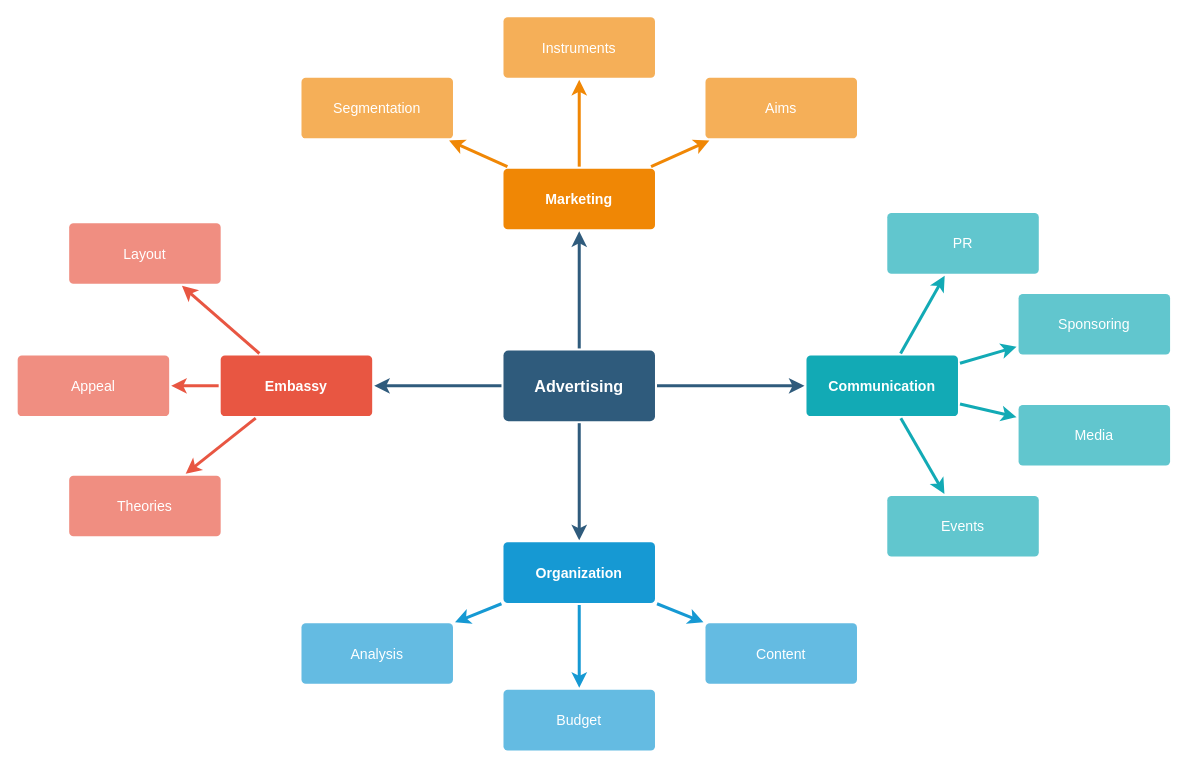
Before: Untitled Diagram.drawio in VojtechFlidr/diagram, a draw.io diagram. Source tidied: cells renumbered, new cells numbered last; positions are measured from the earlier drawing's top-left corner, leaving out a move shared by most shapes. Both pictures are drawn from the tidied source at 101%, with x=0, y=0 at pixel (17, 16).
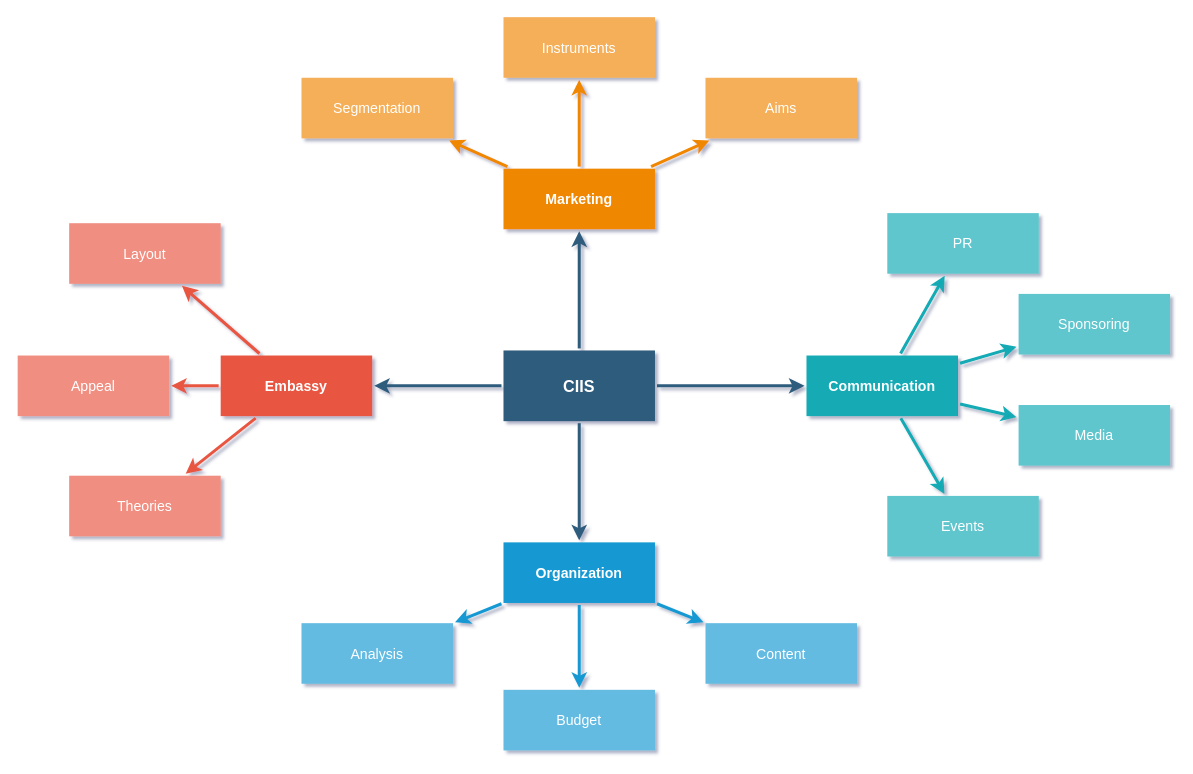
After the change.

What changed in the source:
```diff
@@
-<mxGraphModel>
+<mxGraphModel shadow="1">
@@
-    <mxCell id="6" value="Advertising" style="rounded=1;whiteSpace=wrap;html=1;shadow=0;labelBackgroundColor=none;strokeColor=none;strokeWidth=3;fillColor=#2F5B7C;fontFamily=Helvetica;fontSize=16;fontColor=#FFFFFF;align=center;fontStyle=1;spacing=5;arcSize=7;perimeterSpacing=2;" parent="1" vertex="1">
+    <mxCell id="6" value="CIIS" style="rounded=0;whiteSpace=wrap;html=1;shadow=0;labelBackgroundColor=none;strokeColor=none;strokeWidth=3;fillColor=#2F5B7C;fontFamily=Helvetica;fontSize=16;fontColor=#FFFFFF;align=center;fontStyle=1;spacing=5;arcSize=7;perimeterSpacing=2;" parent="1" vertex="1">
       <mxGeometry x="481" y="330.5" width="150" height="70" as="geometry" />
     </mxCell>
-    <mxCell id="7" style="edgeStyle=none;rounded=1;jumpStyle=none;html=1;shadow=0;labelBackgroundColor=none;startArrow=none;startFill=0;jettySize=auto;strokeColor=#E85642;strokeWidth=3;fontFamily=Helvetica;fontSize=14;fontColor=#FFFFFF;spacing=5;fontStyle=1;fillColor=#b0e3e6;" parent="1" edge="1" source="10" target="13">
+    <mxCell id="7" style="edgeStyle=none;rounded=0;jumpStyle=none;html=1;shadow=0;labelBackgroundColor=none;startArrow=none;startFill=0;jettySize=auto;strokeColor=#E85642;strokeWidth=3;fontFamily=Helvetica;fontSize=14;fontColor=#FFFFFF;spacing=5;fontStyle=1;fillColor=#b0e3e6;" parent="1" edge="1" source="10" target="13">
       <mxGeometry relative="1" as="geometry" />
     </mxCell>
-    <mxCell id="8" style="edgeStyle=none;rounded=1;jumpStyle=none;html=1;shadow=0;labelBackgroundColor=none;startArrow=none;startFill=0;jettySize=auto;strokeColor=#E85642;strokeWidth=3;fontFamily=Helvetica;fontSize=14;fontColor=#FFFFFF;spacing=5;fontStyle=1;fillColor=#b0e3e6;" parent="1" edge="1" source="10" target="12">
+    <mxCell id="8" style="edgeStyle=none;rounded=0;jumpStyle=none;html=1;shadow=0;labelBackgroundColor=none;startArrow=none;startFill=0;jettySize=auto;strokeColor=#E85642;strokeWidth=3;fontFamily=Helvetica;fontSize=14;fontColor=#FFFFFF;spacing=5;fontStyle=1;fillColor=#b0e3e6;" parent="1" edge="1" source="10" target="12">
       <mxGeometry relative="1" as="geometry" />
     </mxCell>
-    <mxCell id="9" style="edgeStyle=none;rounded=1;jumpStyle=none;html=1;shadow=0;labelBackgroundColor=none;startArrow=none;startFill=0;jettySize=auto;strokeColor=#E85642;strokeWidth=3;fontFamily=Helvetica;fontSize=14;fontColor=#FFFFFF;spacing=5;fontStyle=1;fillColor=#b0e3e6;" parent="1" edge="1" source="10" target="11">
+    <mxCell id="9" style="edgeStyle=none;rounded=0;jumpStyle=none;html=1;shadow=0;labelBackgroundColor=none;startArrow=none;startFill=0;jettySize=auto;strokeColor=#E85642;strokeWidth=3;fontFamily=Helvetica;fontSize=14;fontColor=#FFFFFF;spacing=5;fontStyle=1;fillColor=#b0e3e6;" parent="1" edge="1" source="10" target="11">
       <mxGeometry relative="1" as="geometry" />
     </mxCell>
-    <mxCell id="10" value="Embassy" style="rounded=1;whiteSpace=wrap;html=1;shadow=0;labelBackgroundColor=none;strokeColor=none;strokeWidth=3;fillColor=#e85642;fontFamily=Helvetica;fontSize=14;fontColor=#FFFFFF;align=center;spacing=5;fontStyle=1;arcSize=7;perimeterSpacing=2;" parent="1" vertex="1">
+    <mxCell id="10" value="Embassy" style="rounded=0;whiteSpace=wrap;html=1;shadow=0;labelBackgroundColor=none;strokeColor=none;strokeWidth=3;fillColor=#e85642;fontFamily=Helvetica;fontSize=14;fontColor=#FFFFFF;align=center;spacing=5;fontStyle=1;arcSize=7;perimeterSpacing=2;" parent="1" vertex="1">
       <mxGeometry x="201" y="335.5" width="150" height="60" as="geometry" />
     </mxCell>
-    <mxCell id="11" value="Theories" style="rounded=1;whiteSpace=wrap;html=1;shadow=0;labelBackgroundColor=none;strokeColor=none;strokeWidth=3;fillColor=#f08e81;fontFamily=Helvetica;fontSize=14;fontColor=#FFFFFF;align=center;spacing=5;fontStyle=0;arcSize=7;perimeterSpacing=2;" parent="1" vertex="1">
+    <mxCell id="11" value="Theories" style="rounded=0;whiteSpace=wrap;html=1;shadow=0;labelBackgroundColor=none;strokeColor=none;strokeWidth=3;fillColor=#f08e81;fontFamily=Helvetica;fontSize=14;fontColor=#FFFFFF;align=center;spacing=5;fontStyle=0;arcSize=7;perimeterSpacing=2;" parent="1" vertex="1">
       <mxGeometry x="51" y="454.5" width="150" height="60" as="geometry" />
     </mxCell>
-    <mxCell id="12" value="Appeal" style="rounded=1;whiteSpace=wrap;html=1;shadow=0;labelBackgroundColor=none;strokeColor=none;strokeWidth=3;fillColor=#f08e81;fontFamily=Helvetica;fontSize=14;fontColor=#FFFFFF;align=center;spacing=5;fontStyle=0;arcSize=7;perimeterSpacing=2;" parent="1" vertex="1">
+    <mxCell id="12" value="Appeal" style="rounded=0;whiteSpace=wrap;html=1;shadow=0;labelBackgroundColor=none;strokeColor=none;strokeWidth=3;fillColor=#f08e81;fontFamily=Helvetica;fontSize=14;fontColor=#FFFFFF;align=center;spacing=5;fontStyle=0;arcSize=7;perimeterSpacing=2;" parent="1" vertex="1">
       <mxGeometry y="335.5" width="150" height="60" as="geometry" />
     </mxCell>
-    <mxCell id="13" value="Layout" style="rounded=1;whiteSpace=wrap;html=1;shadow=0;labelBackgroundColor=none;strokeColor=none;strokeWidth=3;fillColor=#f08e81;fontFamily=Helvetica;fontSize=14;fontColor=#FFFFFF;align=center;spacing=5;fontStyle=0;arcSize=7;perimeterSpacing=2;" parent="1" vertex="1">
+    <mxCell id="13" value="Layout" style="rounded=0;whiteSpace=wrap;html=1;shadow=0;labelBackgroundColor=none;strokeColor=none;strokeWidth=3;fillColor=#f08e81;fontFamily=Helvetica;fontSize=14;fontColor=#FFFFFF;align=center;spacing=5;fontStyle=0;arcSize=7;perimeterSpacing=2;" parent="1" vertex="1">
       <mxGeometry x="51" y="204.5" width="150" height="60" as="geometry" />
     </mxCell>
@@
-    <mxCell id="17" value="Organization" style="rounded=1;whiteSpace=wrap;html=1;shadow=0;labelBackgroundColor=none;strokeColor=none;strokeWidth=3;fillColor=#1699d3;fontFamily=Helvetica;fontSize=14;fontColor=#FFFFFF;align=center;spacing=5;fontStyle=1;arcSize=7;perimeterSpacing=2;" parent="1" vertex="1">
+    <mxCell id="17" value="Organization" style="rounded=0;whiteSpace=wrap;html=1;shadow=0;labelBackgroundColor=none;strokeColor=none;strokeWidth=3;fillColor=#1699d3;fontFamily=Helvetica;fontSize=14;fontColor=#FFFFFF;align=center;spacing=5;fontStyle=1;arcSize=7;perimeterSpacing=2;" parent="1" vertex="1">
       <mxGeometry x="481" y="520.5" width="150" height="60" as="geometry" />
     </mxCell>
-    <mxCell id="18" value="Content" style="rounded=1;whiteSpace=wrap;html=1;shadow=0;labelBackgroundColor=none;strokeColor=none;strokeWidth=3;fillColor=#64bbe2;fontFamily=Helvetica;fontSize=14;fontColor=#FFFFFF;align=center;spacing=5;arcSize=7;perimeterSpacing=2;" parent="1" vertex="1">
+    <mxCell id="18" value="Content" style="rounded=0;whiteSpace=wrap;html=1;shadow=0;labelBackgroundColor=none;strokeColor=none;strokeWidth=3;fillColor=#64bbe2;fontFamily=Helvetica;fontSize=14;fontColor=#FFFFFF;align=center;spacing=5;arcSize=7;perimeterSpacing=2;" parent="1" vertex="1">
       <mxGeometry x="681" y="600.5" width="150" height="60" as="geometry" />
     </mxCell>
-    <mxCell id="19" value="Budget" style="rounded=1;whiteSpace=wrap;html=1;shadow=0;labelBackgroundColor=none;strokeColor=none;strokeWidth=3;fillColor=#64bbe2;fontFamily=Helvetica;fontSize=14;fontColor=#FFFFFF;align=center;spacing=5;arcSize=7;perimeterSpacing=2;" parent="1" vertex="1">
+    <mxCell id="19" value="Budget" style="rounded=0;whiteSpace=wrap;html=1;shadow=0;labelBackgroundColor=none;strokeColor=none;strokeWidth=3;fillColor=#64bbe2;fontFamily=Helvetica;fontSize=14;fontColor=#FFFFFF;align=center;spacing=5;arcSize=7;perimeterSpacing=2;" parent="1" vertex="1">
       <mxGeometry x="481" y="666.5" width="150" height="60" as="geometry" />
     </mxCell>
-    <mxCell id="20" value="Analysis" style="rounded=1;whiteSpace=wrap;html=1;shadow=0;labelBackgroundColor=none;strokeColor=none;strokeWidth=3;fillColor=#64bbe2;fontFamily=Helvetica;fontSize=14;fontColor=#FFFFFF;align=center;spacing=5;arcSize=7;perimeterSpacing=2;" parent="1" vertex="1">
+    <mxCell id="20" value="Analysis" style="rounded=0;whiteSpace=wrap;html=1;shadow=0;labelBackgroundColor=none;strokeColor=none;strokeWidth=3;fillColor=#64bbe2;fontFamily=Helvetica;fontSize=14;fontColor=#FFFFFF;align=center;spacing=5;arcSize=7;perimeterSpacing=2;" parent="1" vertex="1">
       <mxGeometry x="281" y="600.5" width="150" height="60" as="geometry" />
     </mxCell>
-    <mxCell id="21" value="Marketing" style="rounded=1;whiteSpace=wrap;html=1;shadow=0;labelBackgroundColor=none;strokeColor=none;strokeWidth=3;fillColor=#F08705;fontFamily=Helvetica;fontSize=14;fontColor=#FFFFFF;align=center;spacing=5;fontStyle=1;arcSize=7;perimeterSpacing=2;" parent="1" vertex="1">
+    <mxCell id="21" value="Marketing" style="rounded=0;whiteSpace=wrap;html=1;shadow=0;labelBackgroundColor=none;strokeColor=none;strokeWidth=3;fillColor=#F08705;fontFamily=Helvetica;fontSize=14;fontColor=#FFFFFF;align=center;spacing=5;fontStyle=1;arcSize=7;perimeterSpacing=2;" parent="1" vertex="1">
       <mxGeometry x="481" y="150.5" width="150" height="60" as="geometry" />
     </mxCell>
-    <mxCell id="22" value="Aims&lt;br&gt;" style="rounded=1;whiteSpace=wrap;html=1;shadow=0;labelBackgroundColor=none;strokeColor=none;strokeWidth=3;fillColor=#f5af58;fontFamily=Helvetica;fontSize=14;fontColor=#FFFFFF;align=center;spacing=5;arcSize=7;perimeterSpacing=2;" parent="1" vertex="1">
+    <mxCell id="22" value="Aims&lt;br&gt;" style="rounded=0;whiteSpace=wrap;html=1;shadow=0;labelBackgroundColor=none;strokeColor=none;strokeWidth=3;fillColor=#f5af58;fontFamily=Helvetica;fontSize=14;fontColor=#FFFFFF;align=center;spacing=5;arcSize=7;perimeterSpacing=2;" parent="1" vertex="1">
       <mxGeometry x="681" y="60.5" width="150" height="60" as="geometry" />
     </mxCell>
@@
-    <mxCell id="24" value="Instruments" style="rounded=1;whiteSpace=wrap;html=1;shadow=0;labelBackgroundColor=none;strokeColor=none;strokeWidth=3;fillColor=#f5af58;fontFamily=Helvetica;fontSize=14;fontColor=#FFFFFF;align=center;spacing=5;arcSize=7;perimeterSpacing=2;" parent="1" vertex="1">
+    <mxCell id="24" value="Instruments" style="rounded=0;whiteSpace=wrap;html=1;shadow=0;labelBackgroundColor=none;strokeColor=none;strokeWidth=3;fillColor=#f5af58;fontFamily=Helvetica;fontSize=14;fontColor=#FFFFFF;align=center;spacing=5;arcSize=7;perimeterSpacing=2;" parent="1" vertex="1">
       <mxGeometry x="481" y="0.5" width="150" height="60" as="geometry" />
     </mxCell>
@@
-    <mxCell id="26" value="Segmentation" style="rounded=1;whiteSpace=wrap;html=1;shadow=0;labelBackgroundColor=none;strokeColor=none;strokeWidth=3;fillColor=#f5af58;fontFamily=Helvetica;fontSize=14;fontColor=#FFFFFF;align=center;spacing=5;arcSize=7;perimeterSpacing=2;" parent="1" vertex="1">
+    <mxCell id="26" value="Segmentation" style="rounded=0;whiteSpace=wrap;html=1;shadow=0;labelBackgroundColor=none;strokeColor=none;strokeWidth=3;fillColor=#f5af58;fontFamily=Helvetica;fontSize=14;fontColor=#FFFFFF;align=center;spacing=5;arcSize=7;perimeterSpacing=2;" parent="1" vertex="1">
       <mxGeometry x="281" y="60.5" width="150" height="60" as="geometry" />
     </mxCell>
@@
-    <mxCell id="28" value="Communication" style="rounded=1;whiteSpace=wrap;html=1;shadow=0;labelBackgroundColor=none;strokeColor=none;strokeWidth=3;fillColor=#12aab5;fontFamily=Helvetica;fontSize=14;fontColor=#FFFFFF;align=center;spacing=5;fontStyle=1;arcSize=7;perimeterSpacing=2;" parent="1" vertex="1">
+    <mxCell id="28" value="Communication" style="rounded=0;whiteSpace=wrap;html=1;shadow=0;labelBackgroundColor=none;strokeColor=none;strokeWidth=3;fillColor=#12aab5;fontFamily=Helvetica;fontSize=14;fontColor=#FFFFFF;align=center;spacing=5;fontStyle=1;arcSize=7;perimeterSpacing=2;" parent="1" vertex="1">
       <mxGeometry x="781" y="335.5" width="150" height="60" as="geometry" />
     </mxCell>
-    <mxCell id="29" value="Events" style="rounded=1;whiteSpace=wrap;html=1;shadow=0;labelBackgroundColor=none;strokeColor=none;strokeWidth=3;fillColor=#61c6ce;fontFamily=Helvetica;fontSize=14;fontColor=#FFFFFF;align=center;spacing=5;fontStyle=0;arcSize=7;perimeterSpacing=2;" parent="1" vertex="1">
+    <mxCell id="29" value="Events" style="rounded=0;whiteSpace=wrap;html=1;shadow=0;labelBackgroundColor=none;strokeColor=none;strokeWidth=3;fillColor=#61c6ce;fontFamily=Helvetica;fontSize=14;fontColor=#FFFFFF;align=center;spacing=5;fontStyle=0;arcSize=7;perimeterSpacing=2;" parent="1" vertex="1">
       <mxGeometry x="861" y="474.5" width="150" height="60" as="geometry" />
     </mxCell>
-    <mxCell id="30" style="edgeStyle=none;rounded=1;jumpStyle=none;html=1;shadow=0;labelBackgroundColor=none;startArrow=none;startFill=0;jettySize=auto;strokeColor=#12AAB5;strokeWidth=3;fontFamily=Helvetica;fontSize=14;fontColor=#FFFFFF;spacing=5;fontStyle=1;fillColor=#b0e3e6;" parent="1" edge="1" source="28" target="29">
+    <mxCell id="30" style="edgeStyle=none;rounded=0;jumpStyle=none;html=1;shadow=0;labelBackgroundColor=none;startArrow=none;startFill=0;jettySize=auto;strokeColor=#12AAB5;strokeWidth=3;fontFamily=Helvetica;fontSize=14;fontColor=#FFFFFF;spacing=5;fontStyle=1;fillColor=#b0e3e6;" parent="1" edge="1" source="28" target="29">
       <mxGeometry relative="1" as="geometry" />
     </mxCell>
-    <mxCell id="31" value="Media" style="rounded=1;whiteSpace=wrap;html=1;shadow=0;labelBackgroundColor=none;strokeColor=none;strokeWidth=3;fillColor=#61c6ce;fontFamily=Helvetica;fontSize=14;fontColor=#FFFFFF;align=center;spacing=5;fontStyle=0;arcSize=7;perimeterSpacing=2;" parent="1" vertex="1">
+    <mxCell id="31" value="Media" style="rounded=0;whiteSpace=wrap;html=1;shadow=0;labelBackgroundColor=none;strokeColor=none;strokeWidth=3;fillColor=#61c6ce;fontFamily=Helvetica;fontSize=14;fontColor=#FFFFFF;align=center;spacing=5;fontStyle=0;arcSize=7;perimeterSpacing=2;" parent="1" vertex="1">
       <mxGeometry x="991" y="384.5" width="150" height="60" as="geometry" />
     </mxCell>
-    <mxCell id="32" style="edgeStyle=none;rounded=1;jumpStyle=none;html=1;shadow=0;labelBackgroundColor=none;startArrow=none;startFill=0;jettySize=auto;strokeColor=#12AAB5;strokeWidth=3;fontFamily=Helvetica;fontSize=14;fontColor=#FFFFFF;spacing=5;fontStyle=1;fillColor=#b0e3e6;" parent="1" edge="1" source="28" target="31">
+    <mxCell id="32" style="edgeStyle=none;rounded=0;jumpStyle=none;html=1;shadow=0;labelBackgroundColor=none;startArrow=none;startFill=0;jettySize=auto;strokeColor=#12AAB5;strokeWidth=3;fontFamily=Helvetica;fontSize=14;fontColor=#FFFFFF;spacing=5;fontStyle=1;fillColor=#b0e3e6;" parent="1" edge="1" source="28" target="31">
       <mxGeometry relative="1" as="geometry" />
     </mxCell>
-    <mxCell id="33" value="Sponsoring" style="rounded=1;whiteSpace=wrap;html=1;shadow=0;labelBackgroundColor=none;strokeColor=none;strokeWidth=3;fillColor=#61c6ce;fontFamily=Helvetica;fontSize=14;fontColor=#FFFFFF;align=center;spacing=5;fontStyle=0;arcSize=7;perimeterSpacing=2;" parent="1" vertex="1">
+    <mxCell id="33" value="Sponsoring" style="rounded=0;whiteSpace=wrap;html=1;shadow=0;labelBackgroundColor=none;strokeColor=none;strokeWidth=3;fillColor=#61c6ce;fontFamily=Helvetica;fontSize=14;fontColor=#FFFFFF;align=center;spacing=5;fontStyle=0;arcSize=7;perimeterSpacing=2;" parent="1" vertex="1">
       <mxGeometry x="991" y="274.5" width="150" height="60" as="geometry" />
     </mxCell>
-    <mxCell id="34" style="edgeStyle=none;rounded=1;jumpStyle=none;html=1;shadow=0;labelBackgroundColor=none;startArrow=none;startFill=0;jettySize=auto;strokeColor=#12AAB5;strokeWidth=3;fontFamily=Helvetica;fontSize=14;fontColor=#FFFFFF;spacing=5;fontStyle=1;fillColor=#b0e3e6;" parent="1" edge="1" source="28" target="33">
+    <mxCell id="34" style="edgeStyle=none;rounded=0;jumpStyle=none;html=1;shadow=0;labelBackgroundColor=none;startArrow=none;startFill=0;jettySize=auto;strokeColor=#12AAB5;strokeWidth=3;fontFamily=Helvetica;fontSize=14;fontColor=#FFFFFF;spacing=5;fontStyle=1;fillColor=#b0e3e6;" parent="1" edge="1" source="28" target="33">
       <mxGeometry relative="1" as="geometry" />
     </mxCell>
-    <mxCell id="35" value="PR" style="rounded=1;whiteSpace=wrap;html=1;shadow=0;labelBackgroundColor=none;strokeColor=none;strokeWidth=3;fillColor=#61c6ce;fontFamily=Helvetica;fontSize=14;fontColor=#FFFFFF;align=center;spacing=5;fontStyle=0;arcSize=7;perimeterSpacing=2;" parent="1" vertex="1">
+    <mxCell id="35" value="PR" style="rounded=0;whiteSpace=wrap;html=1;shadow=0;labelBackgroundColor=none;strokeColor=none;strokeWidth=3;fillColor=#61c6ce;fontFamily=Helvetica;fontSize=14;fontColor=#FFFFFF;align=center;spacing=5;fontStyle=0;arcSize=7;perimeterSpacing=2;" parent="1" vertex="1">
       <mxGeometry x="861" y="194.5" width="150" height="60" as="geometry" />
     </mxCell>
-    <mxCell id="36" style="edgeStyle=none;rounded=1;jumpStyle=none;html=1;shadow=0;labelBackgroundColor=none;startArrow=none;startFill=0;jettySize=auto;strokeColor=#12AAB5;strokeWidth=3;fontFamily=Helvetica;fontSize=14;fontColor=#FFFFFF;spacing=5;fontStyle=1;fillColor=#b0e3e6;" parent="1" edge="1" source="28" target="35">
+    <mxCell id="36" style="edgeStyle=none;rounded=0;jumpStyle=none;html=1;shadow=0;labelBackgroundColor=none;startArrow=none;startFill=0;jettySize=auto;strokeColor=#12AAB5;strokeWidth=3;fontFamily=Helvetica;fontSize=14;fontColor=#FFFFFF;spacing=5;fontStyle=1;fillColor=#b0e3e6;" parent="1" edge="1" source="28" target="35">
       <mxGeometry relative="1" as="geometry" />
     </mxCell>
```
